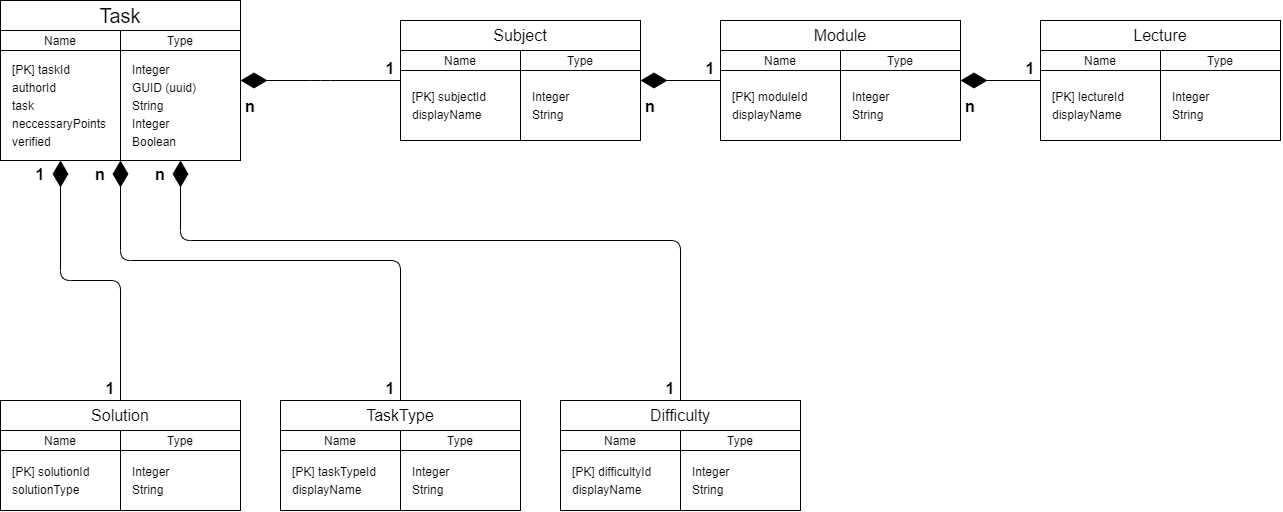
Above: .docs/Database-Concept-Task.png in E-Edu/task (draw.io), before the change. Source tidied: cells renumbered, new cells last; positions are measured from the earlier drawing's top-left corner, leaving out a move shared by most shapes.
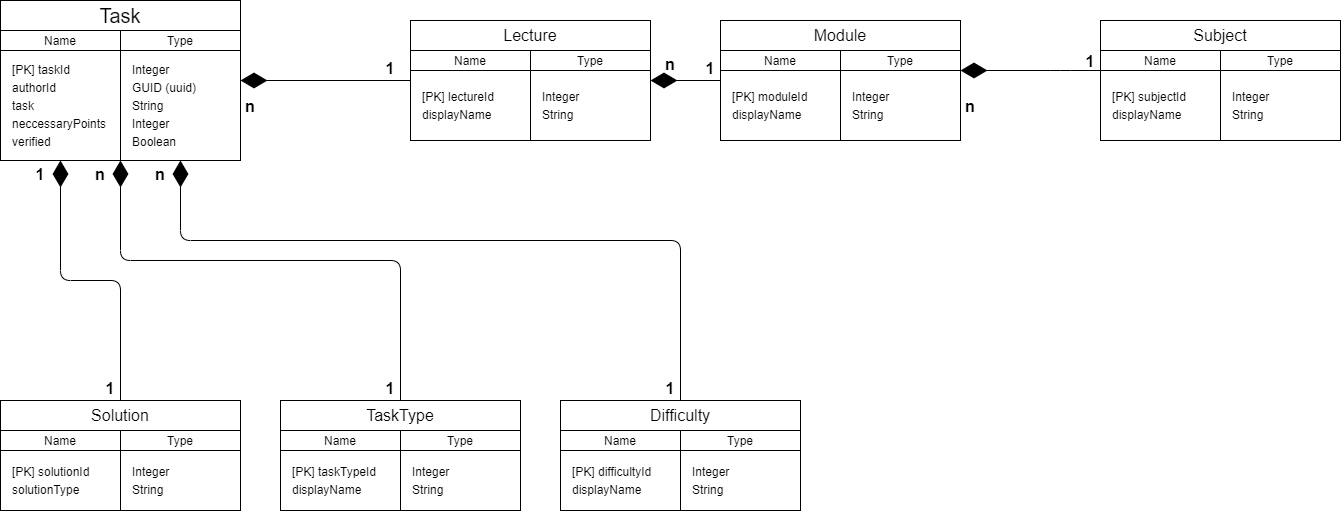
Later version of the same file.

Commit message:
Changed relationships of lecture and subject tables

The edit, as a diff of the source:
```diff
@@ -30,16 +30,16 @@
       <mxGeometry x="130" y="60" width="100" height="90" as="geometry" />
     </mxCell>
     <mxCell id="11" style="rounded=0;whiteSpace=wrap;html=1;" parent="1" vertex="1">
-      <mxGeometry x="400" y="20" width="240" height="120" as="geometry" />
+      <mxGeometry x="1100" y="20" width="240" height="120" as="geometry" />
     </mxCell>
     <mxCell id="12" value="Name" style="text;html=1;strokeColor=none;fillColor=none;align=center;verticalAlign=middle;whiteSpace=wrap;rounded=0;" parent="1" vertex="1">
-      <mxGeometry x="400" y="50" width="120" height="20" as="geometry" />
+      <mxGeometry x="1100" y="50" width="120" height="20" as="geometry" />
     </mxCell>
     <mxCell id="13" value="Type" style="text;html=1;strokeColor=none;fillColor=none;align=center;verticalAlign=middle;whiteSpace=wrap;rounded=0;" parent="1" vertex="1">
-      <mxGeometry x="520" y="50" width="120" height="20" as="geometry" />
+      <mxGeometry x="1220" y="50" width="120" height="20" as="geometry" />
     </mxCell>
     <mxCell id="14" value="&lt;font style=&quot;font-size: 16px&quot;&gt;Subject&lt;/font&gt;" style="text;html=1;strokeColor=none;fillColor=none;align=center;verticalAlign=middle;whiteSpace=wrap;rounded=0;" parent="1" vertex="1">
-      <mxGeometry x="400" y="20" width="240" height="30" as="geometry" />
+      <mxGeometry x="1100" y="20" width="240" height="30" as="geometry" />
     </mxCell>
     <mxCell id="15" style="endArrow=none;html=1;entryX=1;entryY=1;entryDx=0;entryDy=0;exitX=0;exitY=1;exitDx=0;exitDy=0;" parent="1" edge="1" source="14" target="14">
       <mxGeometry relative="1" as="geometry" />
@@ -51,10 +51,10 @@
       <mxGeometry relative="1" as="geometry" />
     </mxCell>
     <mxCell id="18" value="&lt;p style=&quot;line-height: 50%&quot;&gt;[PK] subjectId&lt;/p&gt;&lt;p style=&quot;line-height: 50%&quot;&gt;displayName&lt;/p&gt;" style="text;html=1;strokeColor=none;fillColor=none;align=left;verticalAlign=middle;whiteSpace=wrap;rounded=0;" parent="1" vertex="1">
-      <mxGeometry x="410" y="80" width="100" height="50" as="geometry" />
+      <mxGeometry x="1110" y="80" width="100" height="50" as="geometry" />
     </mxCell>
     <mxCell id="19" value="&lt;p style=&quot;line-height: 50%&quot;&gt;Integer&lt;/p&gt;&lt;p style=&quot;line-height: 50%&quot;&gt;String&lt;/p&gt;" style="text;html=1;strokeColor=none;fillColor=none;align=left;verticalAlign=middle;whiteSpace=wrap;rounded=0;" parent="1" vertex="1">
-      <mxGeometry x="530" y="80" width="100" height="50" as="geometry" />
+      <mxGeometry x="1230" y="80" width="100" height="50" as="geometry" />
     </mxCell>
     <mxCell id="20" style="rounded=0;whiteSpace=wrap;html=1;" parent="1" vertex="1">
       <mxGeometry y="400" width="240" height="110" as="geometry" />
@@ -165,16 +165,16 @@
       <mxGeometry x="850" y="80" width="100" height="50" as="geometry" />
     </mxCell>
     <mxCell id="56" style="rounded=0;whiteSpace=wrap;html=1;" parent="1" vertex="1">
-      <mxGeometry x="1040" y="20" width="240" height="120" as="geometry" />
+      <mxGeometry x="410" y="20" width="240" height="120" as="geometry" />
     </mxCell>
     <mxCell id="57" value="Name" style="text;html=1;strokeColor=none;fillColor=none;align=center;verticalAlign=middle;whiteSpace=wrap;rounded=0;" parent="1" vertex="1">
-      <mxGeometry x="1040" y="50" width="120" height="20" as="geometry" />
+      <mxGeometry x="410" y="50" width="120" height="20" as="geometry" />
     </mxCell>
     <mxCell id="58" value="Type" style="text;html=1;strokeColor=none;fillColor=none;align=center;verticalAlign=middle;whiteSpace=wrap;rounded=0;" parent="1" vertex="1">
-      <mxGeometry x="1160" y="50" width="120" height="20" as="geometry" />
+      <mxGeometry x="530" y="50" width="120" height="20" as="geometry" />
     </mxCell>
     <mxCell id="59" value="&lt;font style=&quot;font-size: 16px&quot;&gt;Lecture&lt;/font&gt;" style="text;html=1;strokeColor=none;fillColor=none;align=center;verticalAlign=middle;whiteSpace=wrap;rounded=0;" parent="1" vertex="1">
-      <mxGeometry x="1040" y="20" width="240" height="30" as="geometry" />
+      <mxGeometry x="410" y="20" width="240" height="30" as="geometry" />
     </mxCell>
     <mxCell id="60" style="endArrow=none;html=1;entryX=1;entryY=1;entryDx=0;entryDy=0;exitX=0;exitY=1;exitDx=0;exitDy=0;" parent="1" edge="1" source="59" target="59">
       <mxGeometry relative="1" as="geometry" />
@@ -186,10 +186,10 @@
       <mxGeometry relative="1" as="geometry" />
     </mxCell>
     <mxCell id="63" value="&lt;p style=&quot;line-height: 50%&quot;&gt;[PK] lectureId&lt;/p&gt;&lt;p style=&quot;line-height: 50%&quot;&gt;displayName&lt;/p&gt;" style="text;html=1;strokeColor=none;fillColor=none;align=left;verticalAlign=middle;whiteSpace=wrap;rounded=0;" parent="1" vertex="1">
-      <mxGeometry x="1050" y="80" width="100" height="50" as="geometry" />
+      <mxGeometry x="420" y="80" width="100" height="50" as="geometry" />
     </mxCell>
     <mxCell id="64" value="&lt;p style=&quot;line-height: 50%&quot;&gt;Integer&lt;/p&gt;&lt;p style=&quot;line-height: 50%&quot;&gt;&lt;span&gt;String&lt;/span&gt;&lt;/p&gt;" style="text;html=1;strokeColor=none;fillColor=none;align=left;verticalAlign=middle;whiteSpace=wrap;rounded=0;" parent="1" vertex="1">
-      <mxGeometry x="1170" y="80" width="100" height="50" as="geometry" />
+      <mxGeometry x="540" y="80" width="100" height="50" as="geometry" />
     </mxCell>
     <mxCell id="65" style="endArrow=diamondThin;endFill=1;endSize=24;html=1;exitX=0.5;exitY=0;exitDx=0;exitDy=0;entryX=0.25;entryY=1;entryDx=0;entryDy=0;" parent="1" edge="1" source="23" target="2">
       <mxGeometry relative="1" as="geometry">
@@ -215,17 +215,17 @@
         </Array>
       </mxGeometry>
     </mxCell>
-    <mxCell id="68" style="endArrow=diamondThin;endFill=1;endSize=24;html=1;entryX=1;entryY=0.5;entryDx=0;entryDy=0;exitX=0;exitY=0.5;exitDx=0;exitDy=0;" parent="1" edge="1" source="11" target="2">
+    <mxCell id="68" style="endArrow=diamondThin;endFill=1;endSize=24;html=1;entryX=1;entryY=1;entryDx=0;entryDy=0;exitX=0;exitY=1;exitDx=0;exitDy=0;" parent="1" edge="1" source="12" target="49">
       <mxGeometry relative="1" as="geometry">
         <Array as="points">
-          <mxPoint x="320" y="80" />
+          <mxPoint x="1060" y="70" />
         </Array>
       </mxGeometry>
     </mxCell>
-    <mxCell id="69" style="endArrow=diamondThin;endFill=1;endSize=24;html=1;entryX=1;entryY=0.5;entryDx=0;entryDy=0;exitX=0;exitY=0.5;exitDx=0;exitDy=0;" parent="1" edge="1" source="56" target="47">
+    <mxCell id="69" style="endArrow=diamondThin;endFill=1;endSize=24;html=1;entryX=1;entryY=0.5;entryDx=0;entryDy=0;exitX=0;exitY=0.5;exitDx=0;exitDy=0;" parent="1" edge="1" source="56" target="2">
       <mxGeometry relative="1" as="geometry" />
     </mxCell>
-    <mxCell id="70" style="endArrow=diamondThin;endFill=1;endSize=24;html=1;entryX=1;entryY=0.5;entryDx=0;entryDy=0;exitX=0;exitY=0.5;exitDx=0;exitDy=0;" parent="1" edge="1" source="47" target="11">
+    <mxCell id="70" style="endArrow=diamondThin;endFill=1;endSize=24;html=1;entryX=1;entryY=0.5;entryDx=0;entryDy=0;exitX=0;exitY=0.5;exitDx=0;exitDy=0;" parent="1" edge="1" source="47" target="56">
       <mxGeometry relative="1" as="geometry" />
     </mxCell>
     <mxCell id="71" value="n" style="text;align=center;fontStyle=1;verticalAlign=middle;spacingLeft=3;spacingRight=3;strokeColor=none;fontSize=16;" parent="1" vertex="1">
@@ -238,7 +238,7 @@
       <mxGeometry x="700" y="54" width="20" height="26" as="geometry" />
     </mxCell>
     <mxCell id="74" value="1" style="text;align=center;fontStyle=1;verticalAlign=middle;spacingLeft=3;spacingRight=3;strokeColor=none;fontSize=16;" parent="1" vertex="1">
-      <mxGeometry x="1020" y="54" width="20" height="26" as="geometry" />
+      <mxGeometry x="1080" y="47" width="20" height="26" as="geometry" />
     </mxCell>
     <mxCell id="75" value="1" style="text;align=center;fontStyle=1;verticalAlign=middle;spacingLeft=3;spacingRight=3;strokeColor=none;fontSize=16;" parent="1" vertex="1">
       <mxGeometry x="660" y="374" width="20" height="26" as="geometry" />
@@ -250,7 +250,7 @@
       <mxGeometry x="100" y="374" width="20" height="26" as="geometry" />
     </mxCell>
     <mxCell id="78" value="n" style="text;align=center;fontStyle=1;verticalAlign=middle;spacingLeft=3;spacingRight=3;strokeColor=none;fontSize=16;" parent="1" vertex="1">
-      <mxGeometry x="640" y="92" width="20" height="26" as="geometry" />
+      <mxGeometry x="660" y="50" width="20" height="26" as="geometry" />
     </mxCell>
     <mxCell id="79" value="n" style="text;align=center;fontStyle=1;verticalAlign=middle;spacingLeft=3;spacingRight=3;strokeColor=none;fontSize=16;" parent="1" vertex="1">
       <mxGeometry x="960" y="92" width="20" height="26" as="geometry" />
```
